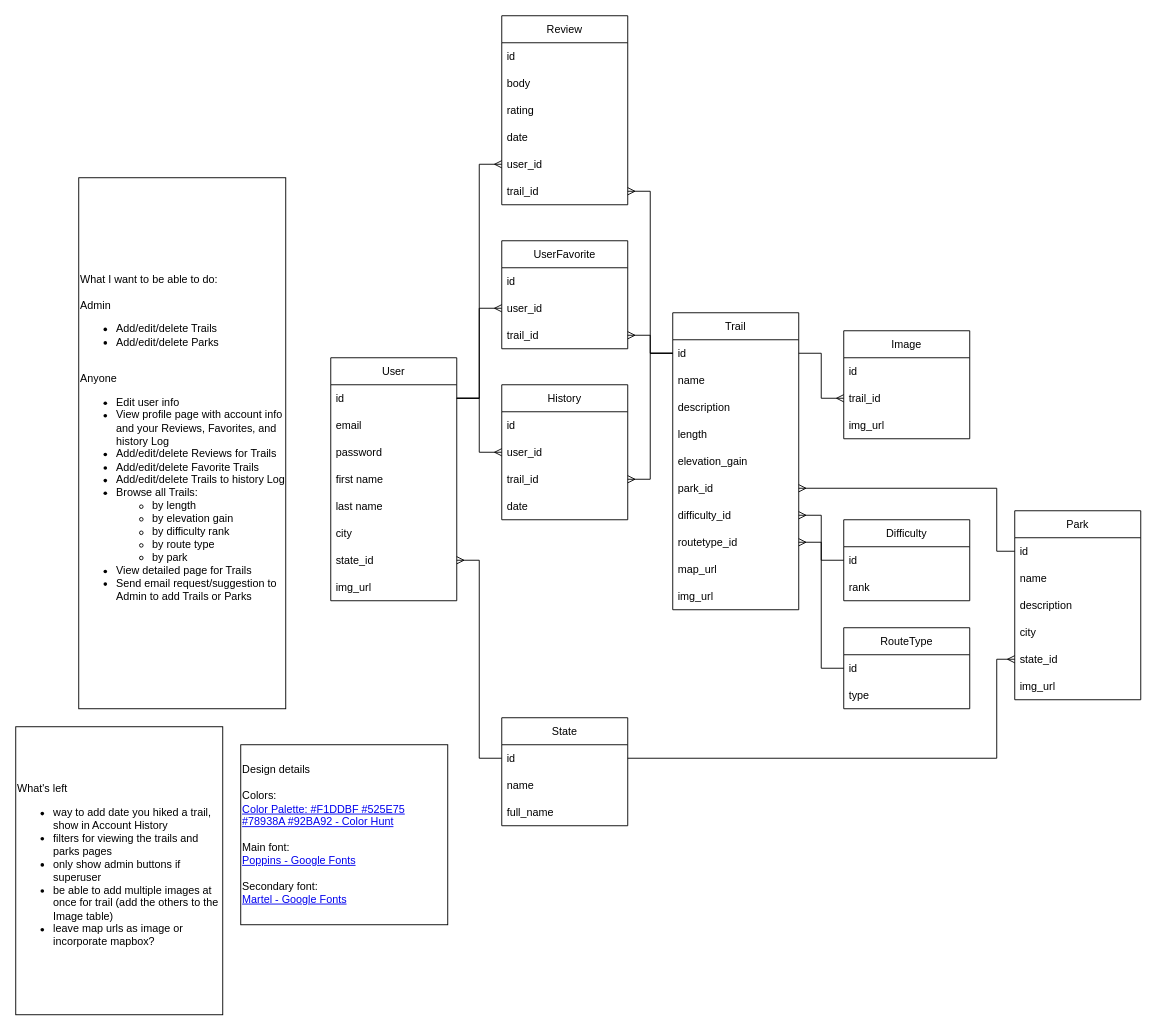
Earlier version of the draw.io diagram planning/HikingVentures Brainstorming.drawio (gdbecker/HikingVentures). Source tidied: cells renumbered, new cells numbered last; positions are measured from the earlier drawing's top-left corner, leaving out a move shared by most shapes. Both pictures are drawn from the tidied source at 90%, with x=0, y=0 at pixel (15, 15).
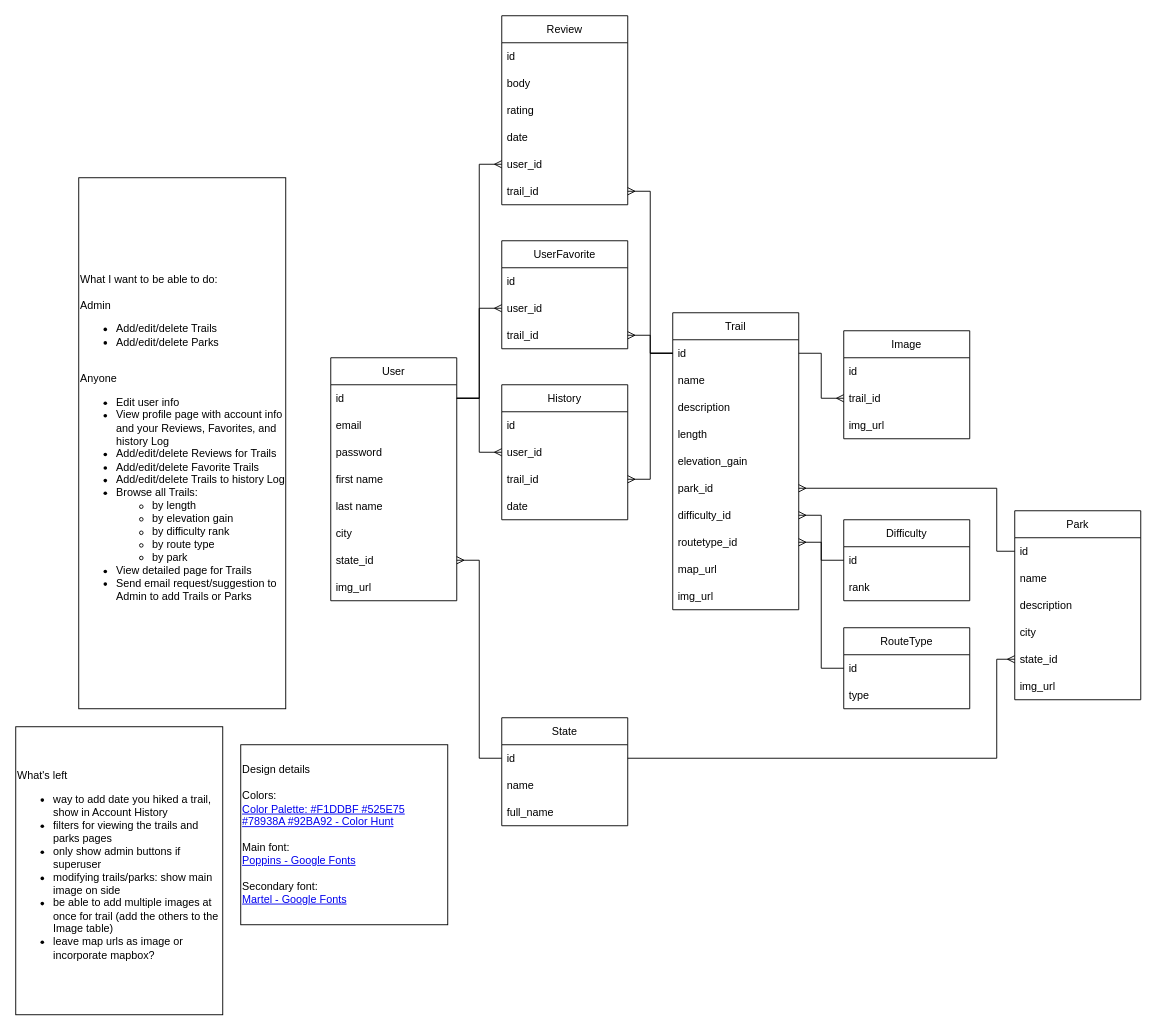
The same page after the edit.

Change to the diagram source:
```diff
@@
-    <mxCell id="73" value="What's left&lt;br&gt;&lt;ul&gt;&lt;li&gt;way to add date you hiked a trail, show in Account History&lt;/li&gt;&lt;li&gt;filters for viewing the trails and parks pages&lt;/li&gt;&lt;li&gt;only show admin buttons if superuser&lt;/li&gt;&lt;li&gt;be able to add multiple images at once for trail (add the others to the Image table)&lt;/li&gt;&lt;li&gt;leave map urls as image or incorporate mapbox?&lt;/li&gt;&lt;/ul&gt;" style="rounded=0;whiteSpace=wrap;html=1;align=left;" parent="1" vertex="1">
+    <mxCell id="73" value="What's left&lt;br&gt;&lt;ul&gt;&lt;li&gt;way to add date you hiked a trail, show in Account History&lt;/li&gt;&lt;li&gt;filters for viewing the trails and parks pages&lt;/li&gt;&lt;li&gt;only show admin buttons if superuser&lt;/li&gt;&lt;li&gt;modifying trails/parks: show main image on side&lt;/li&gt;&lt;li&gt;be able to add multiple images at once for trail (add the others to the Image table)&lt;/li&gt;&lt;li&gt;leave map urls as image or incorporate mapbox?&lt;/li&gt;&lt;/ul&gt;" style="rounded=0;whiteSpace=wrap;html=1;align=left;" parent="1" vertex="1">
       <mxGeometry y="790" width="230" height="320" as="geometry" />
     </mxCell>
```
